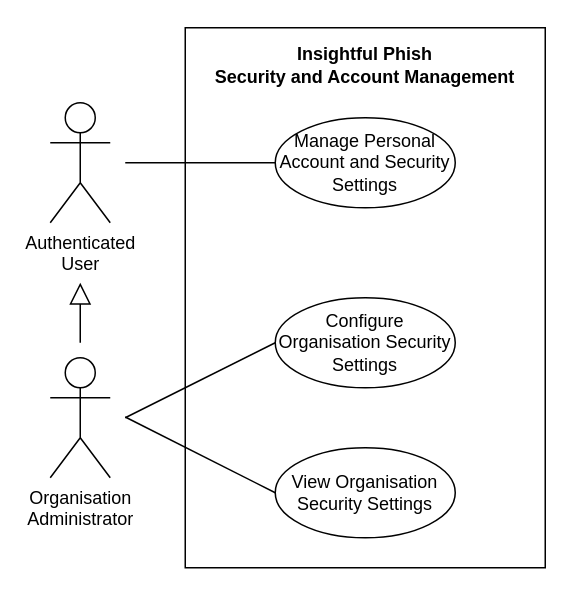
Earlier version of the draw.io diagram docs/demo4/diagrams/srs/use-cases/security-and-account-management.drawio (COS301-SE-2026/Cybersecurity-Awareness-Training-Platform). Source tidied: cells renumbered, new cells numbered last; positions are measured from the earlier drawing's top-left corner, leaving out a move shared by most shapes. Both pictures are drawn from the tidied source at 150%, with x=0, y=0 at pixel (50, 27).
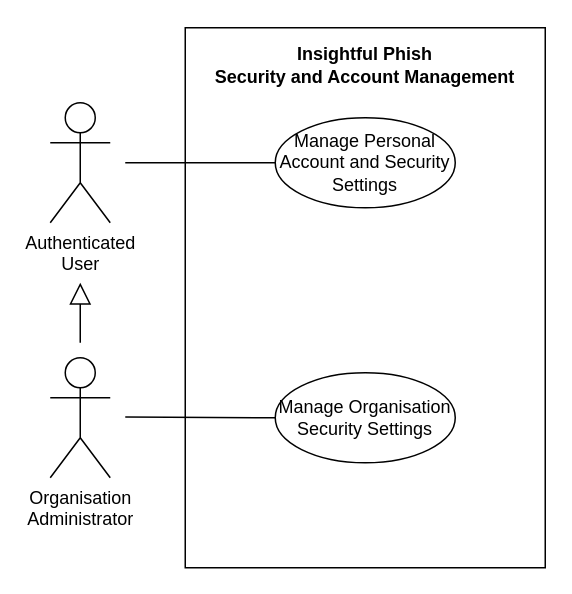
The same diagram, later.

Diff of the diagram source:
```diff
@@
 <mxGraphModel>
   <root>
     <mxCell id="0" />
     <mxCell id="1" parent="0" />
     <mxCell id="2" style="rounded=0;whiteSpace=wrap;html=1;fillColor=none;" parent="1" vertex="1">
       <mxGeometry x="90" width="240" height="360" as="geometry" />
     </mxCell>
     <mxCell id="3" value="&lt;div&gt;Authenticated&lt;br&gt;User&lt;/div&gt;" style="shape=umlActor;verticalLabelPosition=bottom;verticalAlign=top;html=1;" parent="1" vertex="1">
       <mxGeometry y="50" width="40" height="80" as="geometry" />
     </mxCell>
-    <mxCell id="4" value="Configure Organisation Security Settings" style="ellipse;whiteSpace=wrap;html=1;" parent="1" vertex="1">
-      <mxGeometry x="150" y="180" width="120" height="60" as="geometry" />
-    </mxCell>
     <mxCell id="5" value="Manage Personal Account and Security&lt;br&gt;Settings" style="ellipse;whiteSpace=wrap;html=1;" parent="1" vertex="1">
       <mxGeometry x="150" y="60" width="120" height="60" as="geometry" />
     </mxCell>
     <mxCell id="6" style="endArrow=none;html=1;rounded=0;entryX=0;entryY=0.5;entryDx=0;entryDy=0;" parent="1" edge="1" target="5">
       <mxGeometry relative="1" as="geometry">
         <mxPoint x="50" y="90" as="sourcePoint" />
       </mxGeometry>
     </mxCell>
     <mxCell id="7" value="&lt;p class=&quot;p1&quot;&gt;Insightful Phish&lt;br&gt;Security and Account Management&lt;/p&gt;" style="text;html=1;whiteSpace=wrap;strokeColor=none;fillColor=none;align=center;verticalAlign=middle;rounded=0;fontStyle=1;" parent="1" vertex="1">
       <mxGeometry x="100" y="10" width="220" height="30" as="geometry" />
     </mxCell>
     <mxCell id="8" value="&lt;div&gt;Organisation&lt;br&gt;Administrator&lt;/div&gt;" style="shape=umlActor;verticalLabelPosition=bottom;verticalAlign=top;html=1;" parent="1" vertex="1">
       <mxGeometry y="220" width="40" height="80" as="geometry" />
     </mxCell>
-    <mxCell id="9" value="View Organisation Security Settings" style="ellipse;whiteSpace=wrap;html=1;" parent="1" vertex="1">
-      <mxGeometry x="150" y="280" width="120" height="60" as="geometry" />
+    <mxCell id="9" value="Manage Organisation Security Settings" style="ellipse;whiteSpace=wrap;html=1;" parent="1" vertex="1">
+      <mxGeometry x="150" y="230" width="120" height="60" as="geometry" />
     </mxCell>
     <mxCell id="10" style="endArrow=none;html=1;rounded=0;entryX=0;entryY=0.5;entryDx=0;entryDy=0;" parent="1" edge="1" target="9">
       <mxGeometry relative="1" as="geometry">
         <mxPoint x="50" y="259.5" as="sourcePoint" />
       </mxGeometry>
     </mxCell>
-    <mxCell id="11" style="endArrow=none;html=1;rounded=0;entryX=0;entryY=0.5;entryDx=0;entryDy=0;" parent="1" edge="1" target="4">
-      <mxGeometry relative="1" as="geometry">
-        <mxPoint x="50" y="260" as="sourcePoint" />
-      </mxGeometry>
-    </mxCell>
     <mxCell id="12" style="endArrow=block;html=1;rounded=0;endFill=0;strokeWidth=1;endSize=12;" parent="1" edge="1">
       <mxGeometry relative="1" as="geometry">
         <mxPoint x="20" y="210" as="sourcePoint" />
         <mxPoint x="20" y="170" as="targetPoint" />
       </mxGeometry>
     </mxCell>
   </root>
 </mxGraphModel>
```
